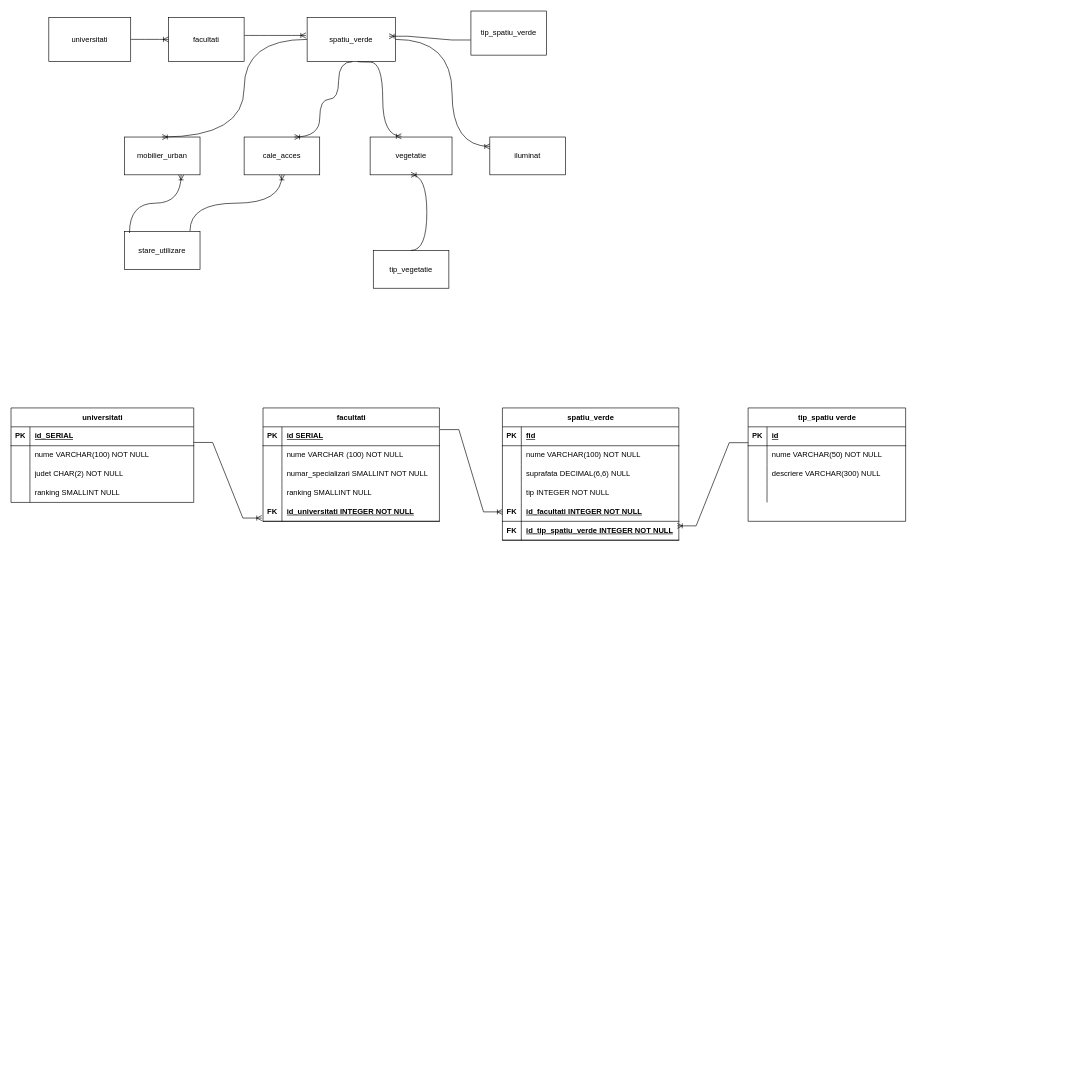
Above: Untitled Diagram.drawio in AndreeaPatrauvt/db1project (draw.io), before the change. Source tidied: cells renumbered, new cells numbered last; positions are measured from the earlier drawing's top-left corner, leaving out a move shared by most shapes. Both pictures are drawn from the tidied source at 63%, with x=0, y=0 at pixel (11, 11).
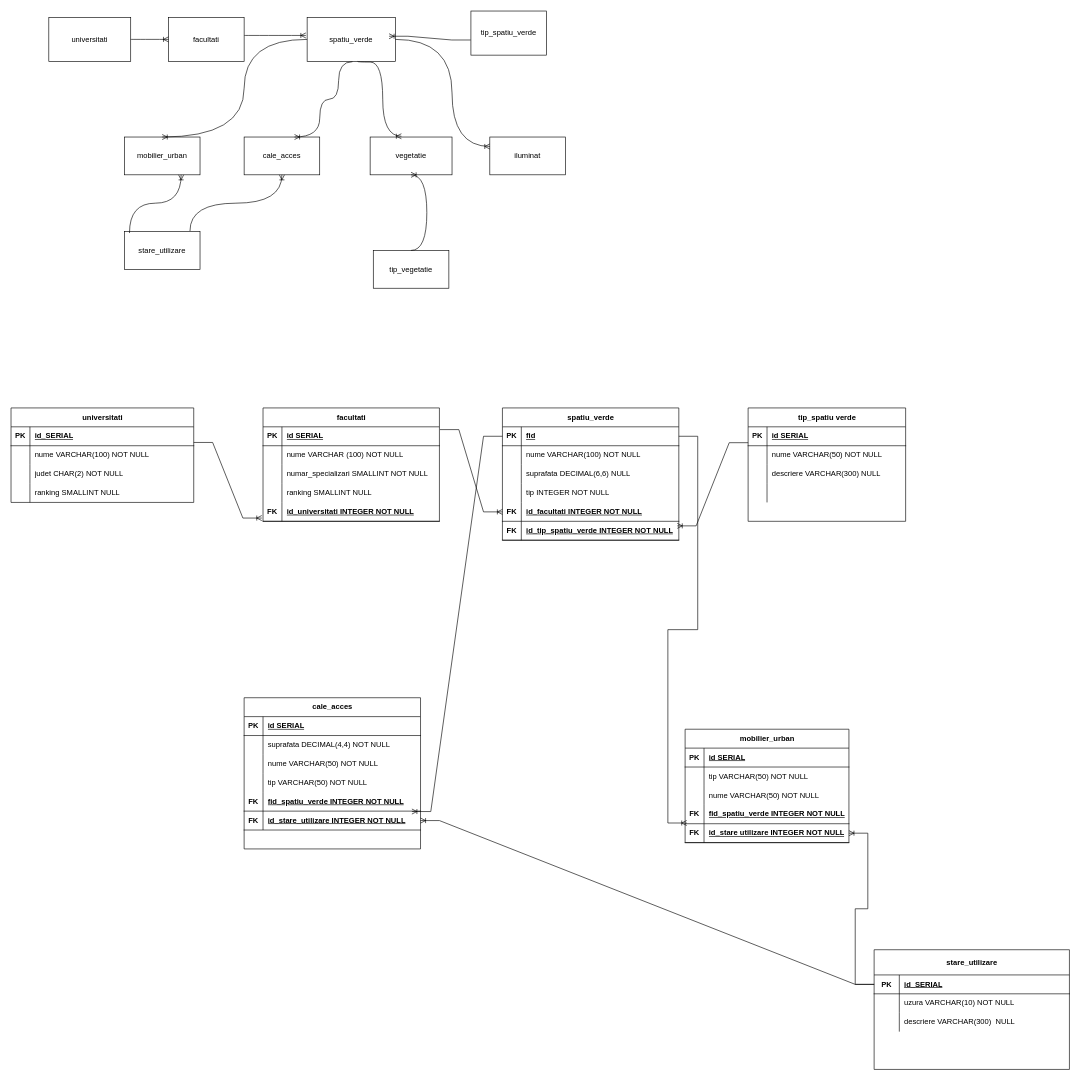
The same page after the edit.

Unchanged cells that the change refers to:
```xml
<mxCell id="38" style="shape=tableRow;horizontal=0;startSize=0;swimlaneHead=0;swimlaneBody=0;fillColor=none;points=[[0,0.5],[1,0.5]];portConstraint=eastwest;top=0;left=0;right=0;bottom=1;" parent="37" vertex="1">
  <mxGeometry y="30" width="280" height="30" as="geometry" />
</mxCell>
<mxCell id="60" style="shape=tableRow;horizontal=0;startSize=0;swimlaneHead=0;swimlaneBody=0;fillColor=none;points=[[0,0.5],[1,0.5]];portConstraint=eastwest;top=0;left=0;right=0;bottom=1;" parent="59" vertex="1">
  <mxGeometry y="30" width="250" height="30" as="geometry" />
</mxCell>
```

Diff of the diagram source:
```diff
@@
-    <mxCell id="62" value="id" style="shape=partialRectangle;fillColor=none;top=0;left=0;bottom=0;right=0;align=left;spacingLeft=6;fontStyle=5;overflow=hidden;whiteSpace=wrap;html=1;" parent="60" vertex="1">
+    <mxCell id="62" value="id SERIAL" style="shape=partialRectangle;fillColor=none;top=0;left=0;bottom=0;right=0;align=left;spacingLeft=6;fontStyle=5;overflow=hidden;whiteSpace=wrap;html=1;" parent="60" vertex="1">
       <mxGeometry x="30" width="220" height="30" as="geometry" />
     </mxCell>
@@
+    <mxCell id="86" value="mobilier_urban" style="shape=table;startSize=30;childLayout=tableLayout;rowLines=0;fontStyle=1;align=center;html=1;" parent="1" vertex="1">
+      <mxGeometry x="1070" y="1140" width="260" height="180" as="geometry" />
+    </mxCell>
+    <mxCell id="87" style="shape=tableRow;horizontal=0;startSize=0;swimlaneHead=0;swimlaneBody=0;fillColor=none;top=0;left=0;right=0;bottom=1;" parent="86" vertex="1">
+      <mxGeometry y="30" width="260" height="30" as="geometry" />
+    </mxCell>
+    <mxCell id="88" value="PK" style="shape=partialRectangle;fillColor=none;top=0;left=0;bottom=0;right=0;fontStyle=1;overflow=hidden;whiteSpace=wrap;html=1;" parent="87" vertex="1">
+      <mxGeometry width="30" height="30" as="geometry" />
+    </mxCell>
+    <mxCell id="89" value="id SERIAL" style="shape=partialRectangle;fillColor=none;top=0;left=0;bottom=0;right=0;align=left;spacingLeft=6;fontStyle=5;overflow=hidden;whiteSpace=wrap;html=1;" parent="87" vertex="1">
+      <mxGeometry x="30" width="230" height="30" as="geometry" />
+    </mxCell>
+    <mxCell id="90" style="shape=tableRow;horizontal=0;startSize=0;swimlaneHead=0;swimlaneBody=0;fillColor=none;top=0;left=0;right=0;bottom=0;" parent="86" vertex="1">
+      <mxGeometry y="60" width="260" height="30" as="geometry" />
+    </mxCell>
+    <mxCell id="91" style="shape=partialRectangle;fillColor=none;top=0;left=0;bottom=0;right=0;overflow=hidden;whiteSpace=wrap;html=1;" parent="90" vertex="1">
+      <mxGeometry width="30" height="30" as="geometry" />
+    </mxCell>
+    <mxCell id="92" value="tip VARCHAR(50) NOT NULL" style="shape=partialRectangle;fillColor=none;top=0;left=0;bottom=0;right=0;align=left;spacingLeft=6;overflow=hidden;whiteSpace=wrap;html=1;" parent="90" vertex="1">
+      <mxGeometry x="30" width="230" height="30" as="geometry" />
+    </mxCell>
+    <mxCell id="93" style="shape=tableRow;horizontal=0;startSize=0;swimlaneHead=0;swimlaneBody=0;fillColor=none;top=0;left=0;right=0;bottom=0;" parent="86" vertex="1">
+      <mxGeometry y="90" width="260" height="30" as="geometry" />
+    </mxCell>
+    <mxCell id="94" style="shape=partialRectangle;fillColor=none;top=0;left=0;bottom=0;right=0;overflow=hidden;whiteSpace=wrap;html=1;" parent="93" vertex="1">
+      <mxGeometry width="30" height="30" as="geometry" />
+    </mxCell>
+    <mxCell id="95" value="nume VARCHAR(50) NOT NULL" style="shape=partialRectangle;fillColor=none;top=0;left=0;bottom=0;right=0;align=left;spacingLeft=6;overflow=hidden;whiteSpace=wrap;html=1;" parent="93" vertex="1">
+      <mxGeometry x="30" width="230" height="30" as="geometry" />
+    </mxCell>
+    <mxCell id="96" style="shape=tableRow;horizontal=0;startSize=0;swimlaneHead=0;swimlaneBody=0;fillColor=none;points=[[0,0.5],[1,0.5]];portConstraint=eastwest;top=0;left=0;right=0;bottom=1;" parent="86" vertex="1">
+      <mxGeometry y="120" width="260" height="30" as="geometry" />
+    </mxCell>
+    <mxCell id="97" value="FK" style="shape=partialRectangle;fillColor=none;top=0;left=0;bottom=0;right=0;fontStyle=1;overflow=hidden;whiteSpace=wrap;html=1;" parent="96" vertex="1">
+      <mxGeometry width="30" height="30" as="geometry" />
+    </mxCell>
+    <mxCell id="98" value="fid_spatiu_verde INTEGER NOT NULL" style="shape=partialRectangle;fillColor=none;top=0;left=0;bottom=0;right=0;align=left;spacingLeft=6;fontStyle=5;overflow=hidden;whiteSpace=wrap;html=1;" parent="96" vertex="1">
+      <mxGeometry x="30" width="230" height="30" as="geometry" />
+    </mxCell>
+    <mxCell id="99" style="shape=tableRow;horizontal=0;startSize=0;swimlaneHead=0;swimlaneBody=0;fillColor=none;points=[[0,0.5],[1,0.5]];portConstraint=eastwest;top=0;left=0;right=0;bottom=1;" parent="86" vertex="1">
+      <mxGeometry y="150" width="260" height="30" as="geometry" />
+    </mxCell>
+    <mxCell id="100" value="FK" style="shape=partialRectangle;fillColor=none;top=0;left=0;bottom=0;right=0;fontStyle=1;overflow=hidden;whiteSpace=wrap;html=1;" parent="99" vertex="1">
+      <mxGeometry width="30" height="30" as="geometry" />
+    </mxCell>
+    <mxCell id="101" value="id_stare utilizare INTEGER NOT NULL" style="shape=partialRectangle;fillColor=none;top=0;left=0;bottom=0;right=0;align=left;spacingLeft=6;fontStyle=5;overflow=hidden;whiteSpace=wrap;html=1;" parent="99" vertex="1">
+      <mxGeometry x="30" width="230" height="30" as="geometry" />
+    </mxCell>
+    <mxCell id="102" value="cale_acces" style="shape=table;startSize=30;childLayout=tableLayout;rowLines=0;fontStyle=1;align=center;html=1;" parent="1" vertex="1">
+      <mxGeometry x="370" y="1090" width="280" height="240" as="geometry" />
+    </mxCell>
+    <mxCell id="103" style="shape=tableRow;horizontal=0;startSize=0;swimlaneHead=0;swimlaneBody=0;fillColor=none;top=0;left=0;right=0;bottom=1;" parent="102" vertex="1">
+      <mxGeometry y="30" width="280" height="30" as="geometry" />
+    </mxCell>
+    <mxCell id="104" value="PK" style="shape=partialRectangle;fillColor=none;top=0;left=0;bottom=0;right=0;fontStyle=1;overflow=hidden;whiteSpace=wrap;html=1;" parent="103" vertex="1">
+      <mxGeometry width="30" height="30" as="geometry" />
+    </mxCell>
+    <mxCell id="105" value="id SERIAL" style="shape=partialRectangle;fillColor=none;top=0;left=0;bottom=0;right=0;align=left;spacingLeft=6;fontStyle=5;overflow=hidden;whiteSpace=wrap;html=1;" parent="103" vertex="1">
+      <mxGeometry x="30" width="250" height="30" as="geometry" />
+    </mxCell>
+    <mxCell id="106" style="shape=tableRow;horizontal=0;startSize=0;swimlaneHead=0;swimlaneBody=0;fillColor=none;top=0;left=0;right=0;bottom=0;" parent="102" vertex="1">
+      <mxGeometry y="60" width="280" height="30" as="geometry" />
+    </mxCell>
+    <mxCell id="107" style="shape=partialRectangle;fillColor=none;top=0;left=0;bottom=0;right=0;overflow=hidden;whiteSpace=wrap;html=1;" parent="106" vertex="1">
+      <mxGeometry width="30" height="30" as="geometry" />
+    </mxCell>
+    <mxCell id="108" value="suprafata DECIMAL(4,4) NOT NULL" style="shape=partialRectangle;fillColor=none;top=0;left=0;bottom=0;right=0;align=left;spacingLeft=6;overflow=hidden;whiteSpace=wrap;html=1;" parent="106" vertex="1">
+      <mxGeometry x="30" width="250" height="30" as="geometry" />
+    </mxCell>
+    <mxCell id="109" style="shape=tableRow;horizontal=0;startSize=0;swimlaneHead=0;swimlaneBody=0;fillColor=none;top=0;left=0;right=0;bottom=0;" parent="102" vertex="1">
+      <mxGeometry y="90" width="280" height="30" as="geometry" />
+    </mxCell>
+    <mxCell id="110" style="shape=partialRectangle;fillColor=none;top=0;left=0;bottom=0;right=0;overflow=hidden;whiteSpace=wrap;html=1;" parent="109" vertex="1">
+      <mxGeometry width="30" height="30" as="geometry" />
+    </mxCell>
+    <mxCell id="111" value="nume VARCHAR(50) NOT NULL" style="shape=partialRectangle;fillColor=none;top=0;left=0;bottom=0;right=0;align=left;spacingLeft=6;overflow=hidden;whiteSpace=wrap;html=1;" parent="109" vertex="1">
+      <mxGeometry x="30" width="250" height="30" as="geometry" />
+    </mxCell>
+    <mxCell id="112" style="shape=tableRow;horizontal=0;startSize=0;swimlaneHead=0;swimlaneBody=0;fillColor=none;top=0;left=0;right=0;bottom=0;" parent="102" vertex="1">
+      <mxGeometry y="120" width="280" height="30" as="geometry" />
+    </mxCell>
+    <mxCell id="113" style="shape=partialRectangle;fillColor=none;top=0;left=0;bottom=0;right=0;overflow=hidden;whiteSpace=wrap;html=1;" parent="112" vertex="1">
+      <mxGeometry width="30" height="30" as="geometry" />
+    </mxCell>
+    <mxCell id="114" value="tip VARCHAR(50) NOT NULL" style="shape=partialRectangle;fillColor=none;top=0;left=0;bottom=0;right=0;align=left;spacingLeft=6;overflow=hidden;whiteSpace=wrap;html=1;" parent="112" vertex="1">
+      <mxGeometry x="30" width="250" height="30" as="geometry" />
+    </mxCell>
+    <mxCell id="115" style="shape=tableRow;horizontal=0;startSize=0;swimlaneHead=0;swimlaneBody=0;fillColor=none;points=[[0,0.5],[1,0.5]];portConstraint=eastwest;top=0;left=0;right=0;bottom=1;" parent="102" vertex="1">
+      <mxGeometry y="150" width="280" height="30" as="geometry" />
+    </mxCell>
+    <mxCell id="116" value="FK" style="shape=partialRectangle;fillColor=none;top=0;left=0;bottom=0;right=0;fontStyle=1;overflow=hidden;whiteSpace=wrap;html=1;" parent="115" vertex="1">
+      <mxGeometry width="30" height="30" as="geometry" />
+    </mxCell>
+    <mxCell id="117" value="fid_spatiu_verde INTEGER NOT NULL" style="shape=partialRectangle;fillColor=none;top=0;left=0;bottom=0;right=0;align=left;spacingLeft=6;fontStyle=5;overflow=hidden;whiteSpace=wrap;html=1;" parent="115" vertex="1">
+      <mxGeometry x="30" width="250" height="30" as="geometry" />
+    </mxCell>
+    <mxCell id="118" style="shape=tableRow;horizontal=0;startSize=0;swimlaneHead=0;swimlaneBody=0;fillColor=none;points=[[0,0.5],[1,0.5]];portConstraint=eastwest;top=0;left=0;right=0;bottom=1;" parent="102" vertex="1">
+      <mxGeometry y="180" width="280" height="30" as="geometry" />
+    </mxCell>
+    <mxCell id="119" value="FK" style="shape=partialRectangle;fillColor=none;top=0;left=0;bottom=0;right=0;fontStyle=1;overflow=hidden;whiteSpace=wrap;html=1;" parent="118" vertex="1">
+      <mxGeometry width="30" height="30" as="geometry" />
+    </mxCell>
+    <mxCell id="120" value="id_stare_utilizare INTEGER NOT NULL" style="shape=partialRectangle;fillColor=none;top=0;left=0;bottom=0;right=0;align=left;spacingLeft=6;fontStyle=5;overflow=hidden;whiteSpace=wrap;html=1;" parent="118" vertex="1">
+      <mxGeometry x="30" width="250" height="30" as="geometry" />
+    </mxCell>
+    <mxCell id="121" style="edgeStyle=entityRelationEdgeStyle;fontSize=12;html=1;endArrow=ERoneToMany;rounded=0;entryX=0.01;entryY=0.962;entryDx=0;entryDy=0;entryPerimeter=0;" parent="1" edge="1" source="38" target="96">
+      <mxGeometry relative="1" as="geometry">
+        <Array as="points">
+          <mxPoint x="1500" y="810" />
+          <mxPoint x="1470" y="810" />
+        </Array>
+      </mxGeometry>
+    </mxCell>
+    <mxCell id="122" value="stare_utilizare" style="shape=table;startSize=40;childLayout=tableLayout;rowLines=0;fontStyle=1;align=center;html=1;" parent="1" vertex="1">
+      <mxGeometry x="1370" y="1490" width="310" height="190" as="geometry" />
+    </mxCell>
+    <mxCell id="123" style="shape=tableRow;horizontal=0;startSize=0;swimlaneHead=0;swimlaneBody=0;fillColor=none;points=[[0,0.5],[1,0.5]];portConstraint=eastwest;top=0;left=0;right=0;bottom=1;" parent="122" vertex="1">
+      <mxGeometry y="40" width="310" height="30" as="geometry" />
+    </mxCell>
+    <mxCell id="124" value="PK" style="shape=partialRectangle;fillColor=none;top=0;left=0;bottom=0;right=0;fontStyle=1;overflow=hidden;whiteSpace=wrap;html=1;" parent="123" vertex="1">
+      <mxGeometry width="40" height="30" as="geometry" />
+    </mxCell>
+    <mxCell id="125" value="id_SERIAL" style="shape=partialRectangle;fillColor=none;top=0;left=0;bottom=0;right=0;align=left;spacingLeft=6;fontStyle=5;overflow=hidden;whiteSpace=wrap;html=1;" parent="123" vertex="1">
+      <mxGeometry x="40" width="270" height="30" as="geometry" />
+    </mxCell>
+    <mxCell id="126" style="shape=tableRow;horizontal=0;startSize=0;swimlaneHead=0;swimlaneBody=0;fillColor=none;top=0;left=0;right=0;bottom=0;" parent="122" vertex="1">
+      <mxGeometry y="70" width="310" height="30" as="geometry" />
+    </mxCell>
+    <mxCell id="127" style="shape=partialRectangle;fillColor=none;top=0;left=0;bottom=0;right=0;overflow=hidden;whiteSpace=wrap;html=1;" parent="126" vertex="1">
+      <mxGeometry width="40" height="30" as="geometry" />
+    </mxCell>
+    <mxCell id="128" value="uzura VARCHAR(10) NOT NULL" style="shape=partialRectangle;fillColor=none;top=0;left=0;bottom=0;right=0;align=left;spacingLeft=6;overflow=hidden;whiteSpace=wrap;html=1;" parent="126" vertex="1">
+      <mxGeometry x="40" width="270" height="30" as="geometry" />
+    </mxCell>
+    <mxCell id="129" style="shape=tableRow;horizontal=0;startSize=0;swimlaneHead=0;swimlaneBody=0;fillColor=none;top=0;left=0;right=0;bottom=0;" parent="122" vertex="1">
+      <mxGeometry y="100" width="310" height="30" as="geometry" />
+    </mxCell>
+    <mxCell id="130" style="shape=partialRectangle;fillColor=none;top=0;left=0;bottom=0;right=0;overflow=hidden;whiteSpace=wrap;html=1;" parent="129" vertex="1">
+      <mxGeometry width="40" height="30" as="geometry" />
+    </mxCell>
+    <mxCell id="131" value="descriere VARCHAR(300)&amp;nbsp; NULL" style="shape=partialRectangle;fillColor=none;top=0;left=0;bottom=0;right=0;align=left;spacingLeft=6;overflow=hidden;whiteSpace=wrap;html=1;" parent="129" vertex="1">
+      <mxGeometry x="40" width="270" height="30" as="geometry" />
+    </mxCell>
+    <mxCell id="132" style="edgeStyle=entityRelationEdgeStyle;fontSize=12;html=1;endArrow=ERoneToMany;rounded=0;entryX=1;entryY=0.5;entryDx=0;entryDy=0;exitX=0;exitY=0.5;exitDx=0;exitDy=0;" parent="1" edge="1" source="123" target="99">
+      <mxGeometry relative="1" as="geometry">
+        <Array as="points">
+          <mxPoint x="1200" y="1440" />
+        </Array>
+      </mxGeometry>
+    </mxCell>
+    <mxCell id="133" style="edgeStyle=entityRelationEdgeStyle;fontSize=12;html=1;endArrow=ERoneToMany;rounded=0;exitX=0;exitY=0.5;exitDx=0;exitDy=0;entryX=0.951;entryY=1.022;entryDx=0;entryDy=0;entryPerimeter=0;" parent="1" edge="1" source="38" target="115">
+      <mxGeometry relative="1" as="geometry">
+        <Array as="points">
+          <mxPoint x="700" y="1310" />
+          <mxPoint x="640" y="1300" />
+        </Array>
+      </mxGeometry>
+    </mxCell>
+    <mxCell id="134" style="edgeStyle=entityRelationEdgeStyle;fontSize=12;html=1;endArrow=ERoneToMany;rounded=0;entryX=1;entryY=0.5;entryDx=0;entryDy=0;" parent="1" edge="1" source="123" target="118">
+      <mxGeometry relative="1" as="geometry" />
+    </mxCell>
```
